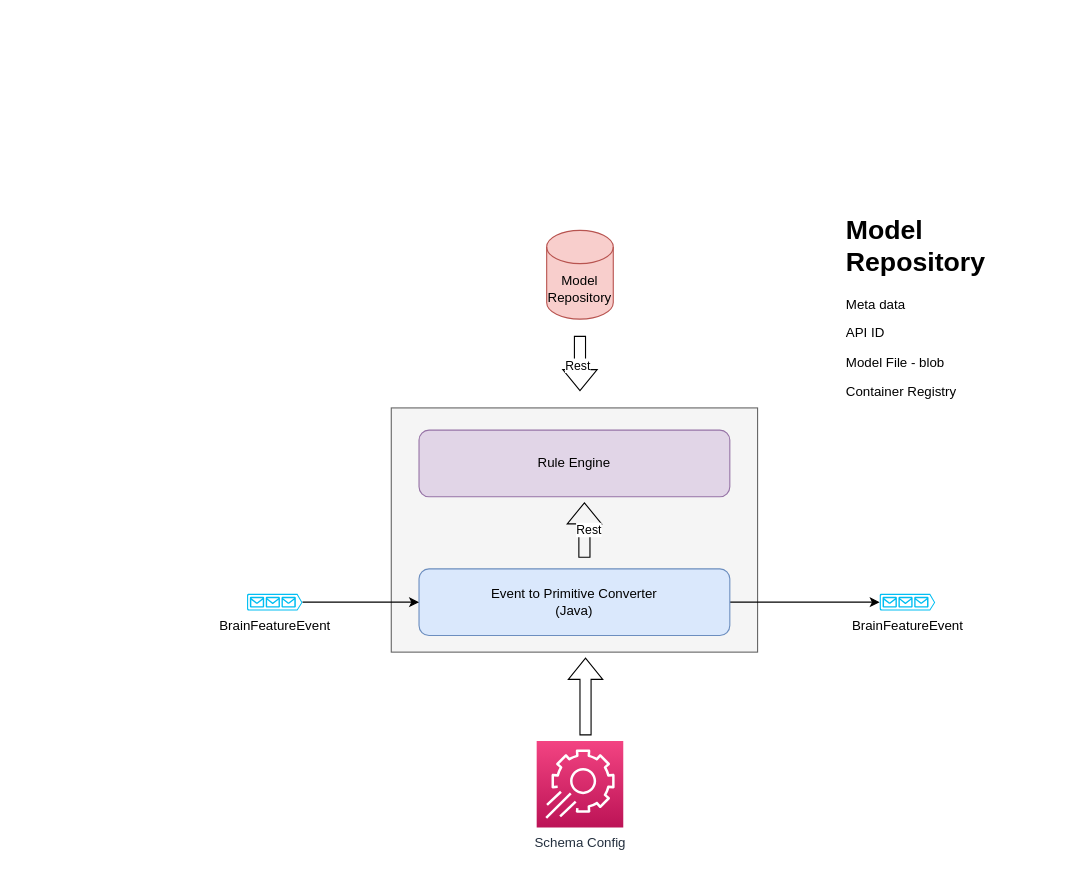
This is page "Rules In Process" (3 of 5) of docs/diagram/ml.drawio from brain-os/brain-proto, a draw.io file, before an edit. Source tidied: cells renumbered, new cells numbered last; positions are measured from the earlier drawing's top-left corner, leaving out a move shared by most shapes. Both pictures are drawn from the tidied source at 111%, with x=0, y=0 at pixel (246, 208).
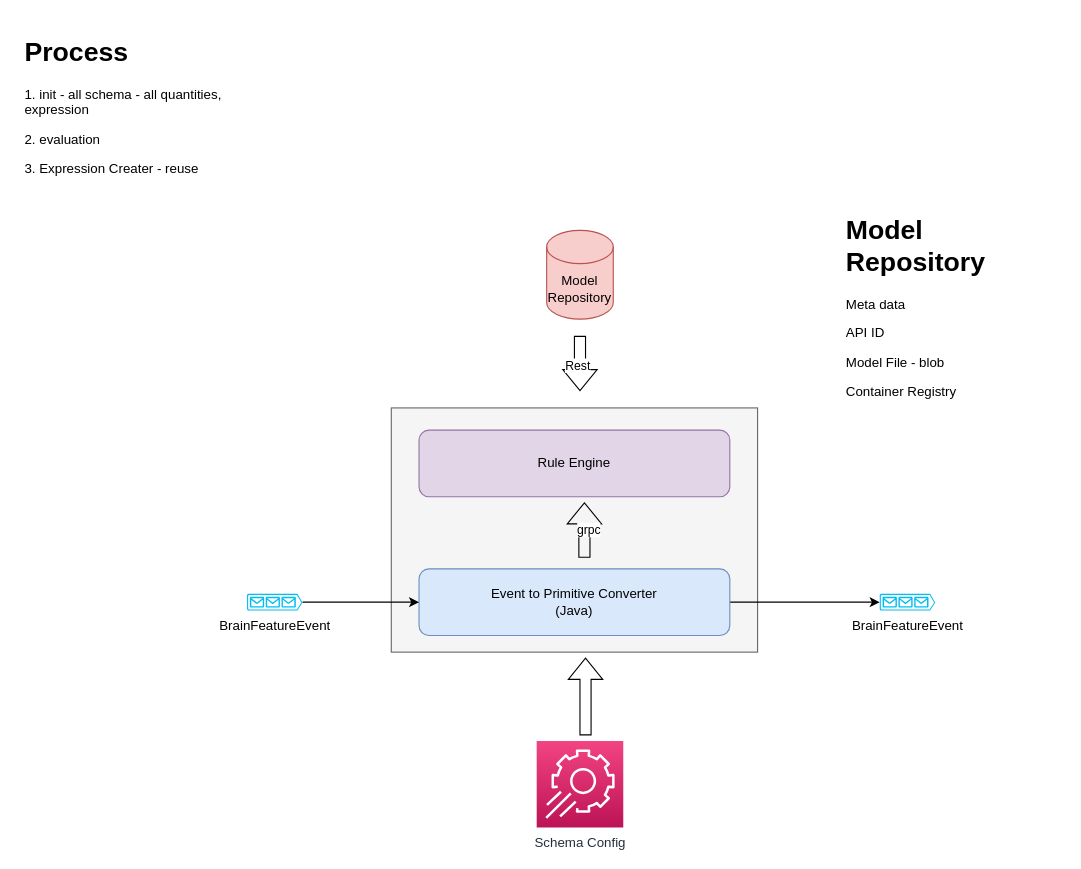
After the change.

The change refers to these unchanged cells:
```xml
<mxCell id="11" style="shape=flexArrow;endArrow=classic;html=1;rounded=0;" parent="1" edge="1">
  <mxGeometry relative="1" as="geometry">
    <mxPoint x="304" y="315" as="sourcePoint" />
    <mxPoint x="304" y="265" as="targetPoint" />
  </mxGeometry>
</mxCell>
```

Diff of the diagram source:
```diff
@@
-    <mxCell id="12" value="Rest" style="edgeLabel;html=1;align=center;verticalAlign=middle;" parent="11" vertex="1">
+    <mxCell id="12" value="grpc" style="edgeLabel;html=1;align=center;verticalAlign=middle;" parent="11" vertex="1">
       <mxGeometry x="0.04" y="-3" relative="1" as="geometry" />
     </mxCell>
@@
+    <mxCell id="17" value="&lt;h1&gt;Process&lt;/h1&gt;&lt;p&gt;1. init - all schema - all quantities, expression&lt;/p&gt;&lt;p&gt;2. evaluation&lt;/p&gt;&lt;p&gt;3. Expression Creater - reuse&lt;/p&gt;" style="text;html=1;strokeColor=none;fillColor=none;spacing=5;spacingTop=-20;whiteSpace=wrap;overflow=hidden;rounded=0;" parent="1" vertex="1">
+      <mxGeometry x="-205" y="-160" width="190" height="200" as="geometry" />
+    </mxCell>
```
